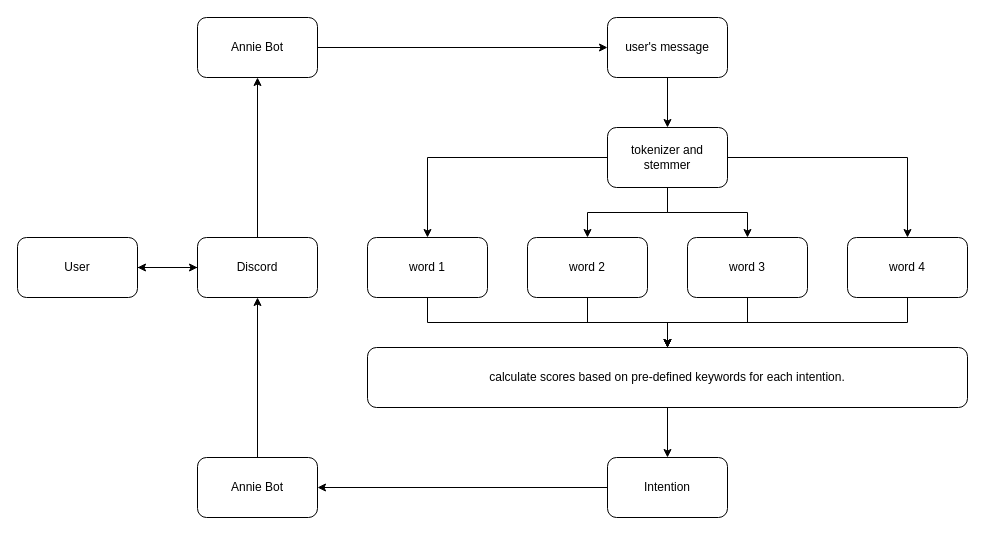
This is annie_nlp.drawio from Grrom/draw_io_stuff, a draw.io file, before an edit. Source tidied: cells renumbered, new cells numbered last; positions are measured from the earlier drawing's top-left corner, leaving out a move shared by most shapes. Both pictures are drawn from the tidied source at 100%, with x=0, y=0 at pixel (17, 17).
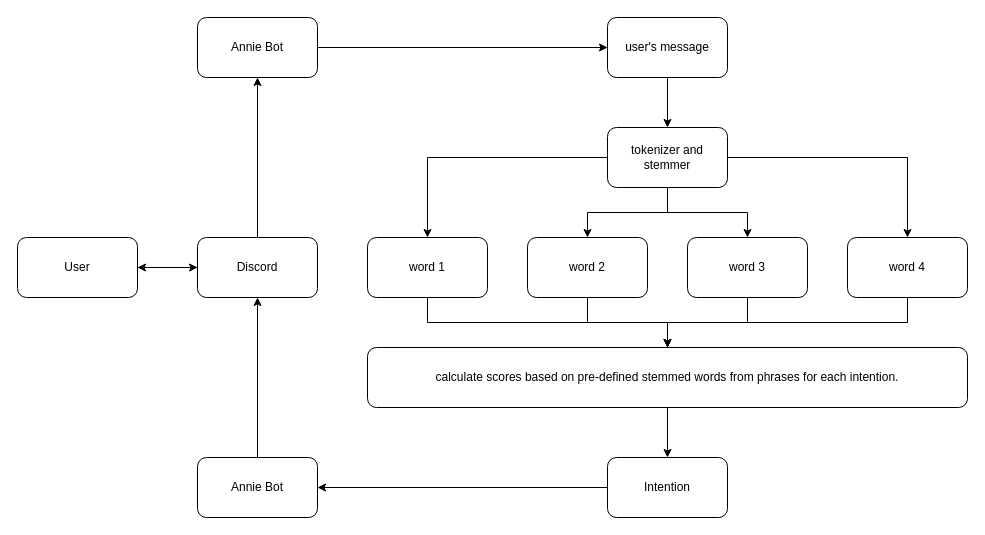
Above is the later version.

The edit, as a diff of the source:
```diff
@@
-    <mxCell id="18" value="calculate scores based on pre-defined keywords for each intention." style="rounded=1;whiteSpace=wrap;html=1;" parent="1" vertex="1">
+    <mxCell id="18" value="calculate scores based on pre-defined stemmed words from phrases for each intention." style="rounded=1;whiteSpace=wrap;html=1;" parent="1" vertex="1">
       <mxGeometry x="350" y="330" width="600" height="60" as="geometry" />
     </mxCell>
```
